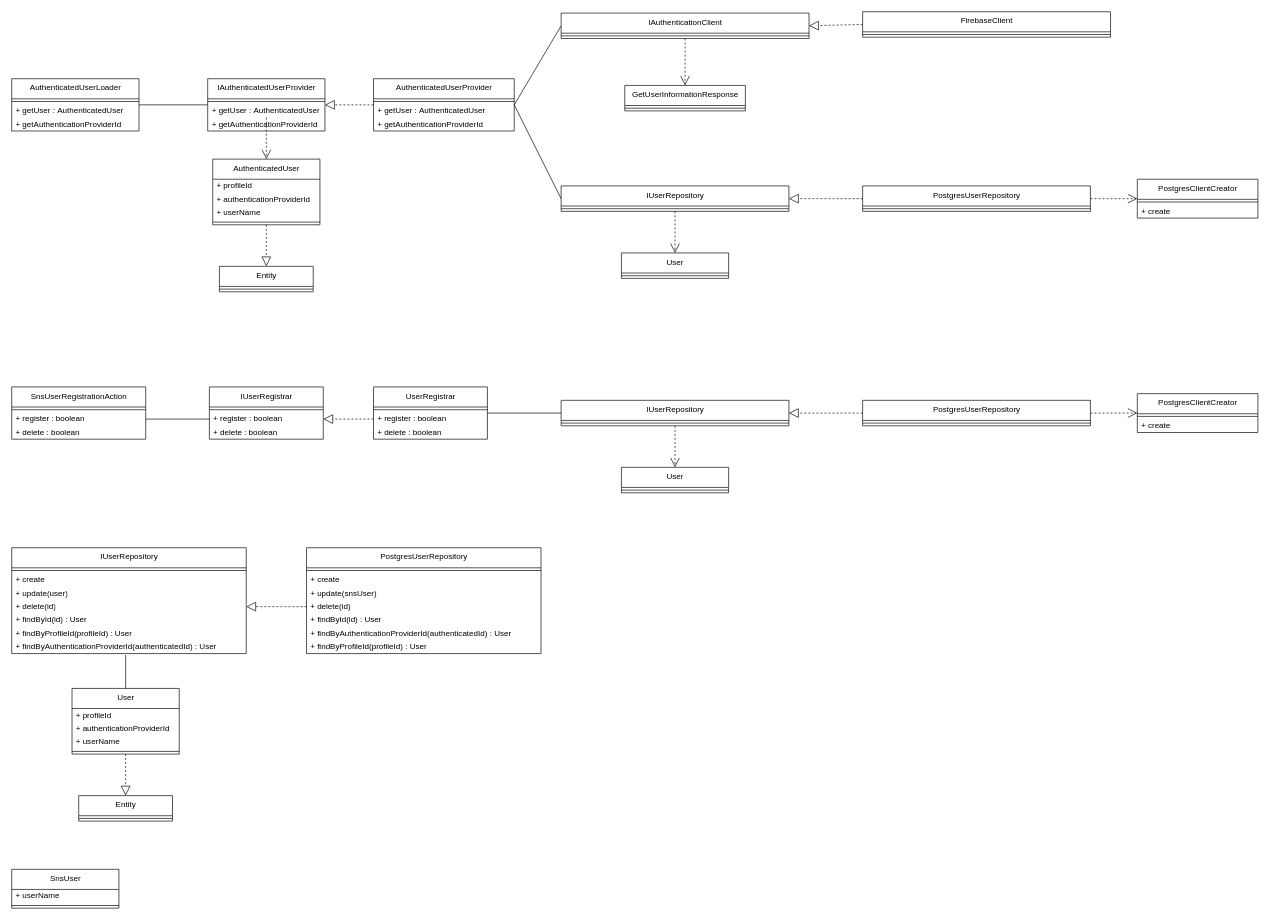
Before: page "UserModule" (4 of 7) of project-designs/class-diagrams/ff14-sns.drawio in Mouwf/FF14SNS, a draw.io diagram. Source tidied: cells renumbered, new cells numbered last; positions are measured from the earlier drawing's top-left corner, leaving out a move shared by most shapes. Both pictures are drawn from the tidied source at 67%, with x=0, y=0 at pixel (11, 11).
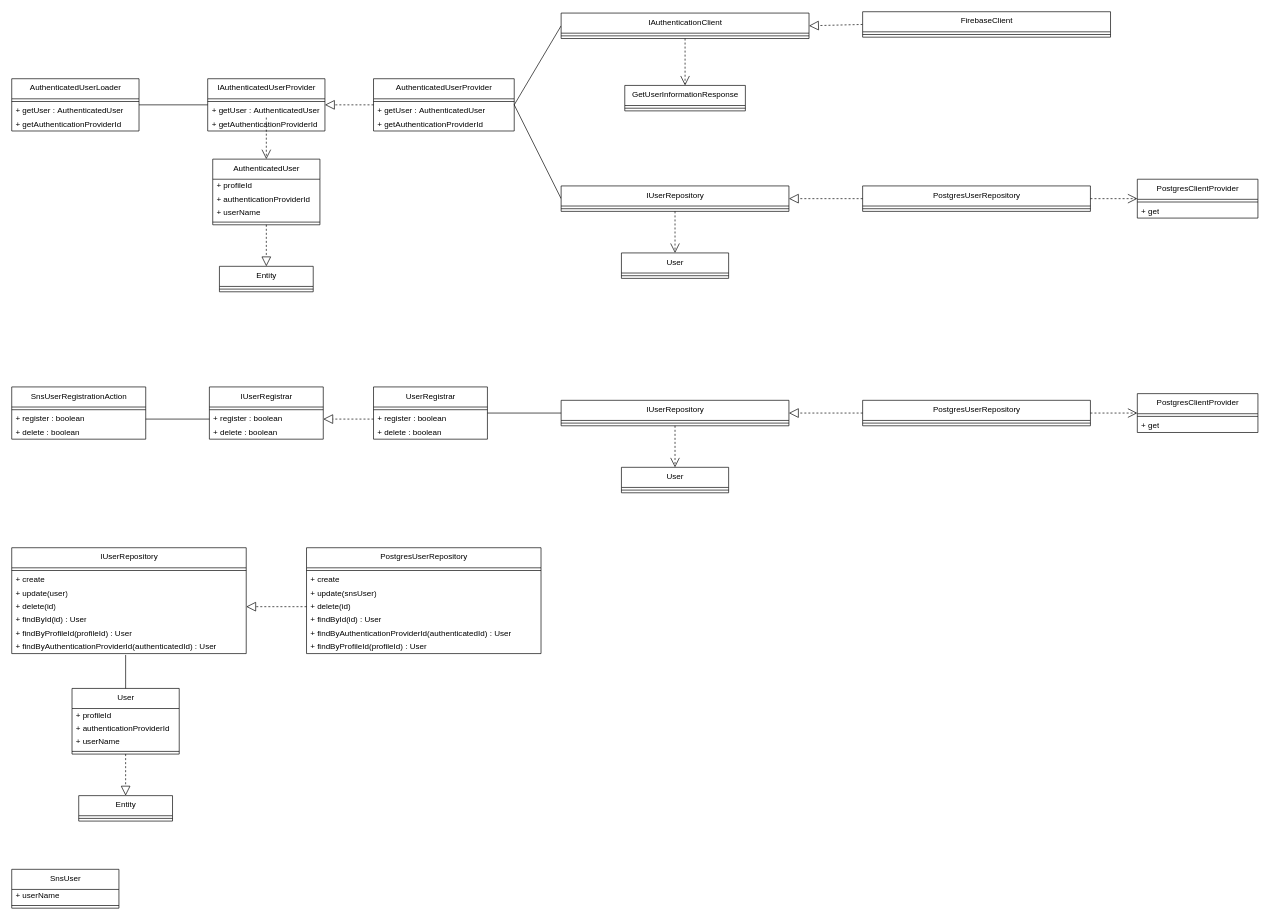
The same diagram, later.

What changed in the source:
```diff
@@
-    <mxCell id="29" value="PostgresClientCreator" style="swimlane;fontStyle=0;align=center;verticalAlign=top;horizontal=1;startSize=30;html=1;" parent="1" vertex="1">
+    <mxCell id="29" value="PostgresClientProvider" style="swimlane;fontStyle=0;align=center;verticalAlign=top;horizontal=1;startSize=30;html=1;" parent="1" vertex="1">
       <mxGeometry x="1680" y="250" width="180" height="58" as="geometry" />
     </mxCell>
@@
-    <mxCell id="31" value="+ create" style="text;html=1;strokeColor=none;fillColor=none;align=left;verticalAlign=middle;spacingLeft=4;spacingRight=4;overflow=hidden;" parent="29" vertex="1">
+    <mxCell id="31" value="+ get" style="text;html=1;strokeColor=none;fillColor=none;align=left;verticalAlign=middle;spacingLeft=4;spacingRight=4;overflow=hidden;" parent="29" vertex="1">
       <mxGeometry y="38" width="180" height="20" as="geometry" />
     </mxCell>
@@
-    <mxCell id="85" value="PostgresClientCreator" style="swimlane;fontStyle=0;align=center;verticalAlign=top;horizontal=1;startSize=30;html=1;" parent="1" vertex="1">
+    <mxCell id="85" value="PostgresClientProvider" style="swimlane;fontStyle=0;align=center;verticalAlign=top;horizontal=1;startSize=30;html=1;" parent="1" vertex="1">
       <mxGeometry x="1680" y="570" width="180" height="58" as="geometry" />
     </mxCell>
@@
-    <mxCell id="87" value="+ create" style="text;html=1;strokeColor=none;fillColor=none;align=left;verticalAlign=middle;spacingLeft=4;spacingRight=4;overflow=hidden;" parent="85" vertex="1">
+    <mxCell id="87" value="+ get" style="text;html=1;strokeColor=none;fillColor=none;align=left;verticalAlign=middle;spacingLeft=4;spacingRight=4;overflow=hidden;" parent="85" vertex="1">
       <mxGeometry y="38" width="180" height="20" as="geometry" />
     </mxCell>
```
